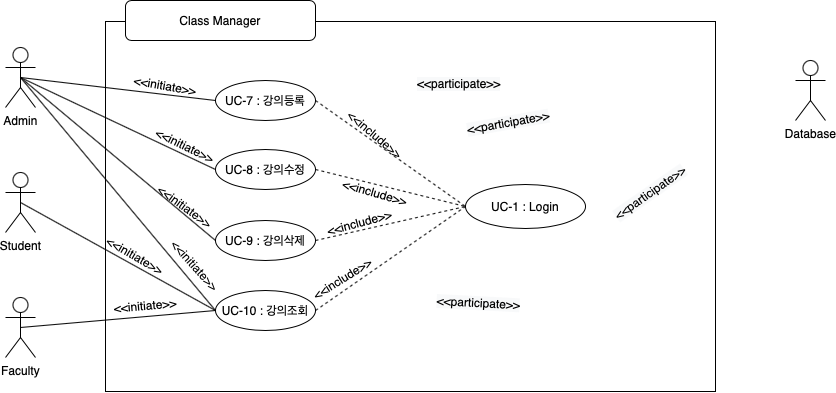
Earlier version of the draw.io export Use-Case/Use-Case Diagram/Class Manager.png (RYUWANWOO/Software_Engineering_Term_Project). Source tidied: cells renumbered, new cells last; positions are measured from the earlier drawing's top-left corner, leaving out a move shared by most shapes.
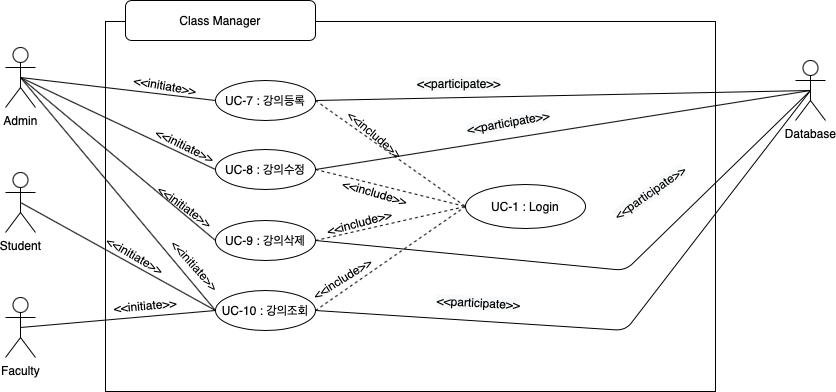
After the change.

Commit message:
edit Class Manager Diagram

What changed in the source:
```diff
@@ -2,116 +2,136 @@
   <root>
     <mxCell id="0" />
     <mxCell id="1" parent="0" />
-    <mxCell id="2" style="group;" parent="1" vertex="1">
-      <mxGeometry width="820" height="391" as="geometry" />
-    </mxCell>
+    <mxCell id="39" style="group;" parent="1" vertex="1">
+      <mxGeometry x="-360" y="-240" width="820" height="391" as="geometry" />
+    </mxCell>
-    <mxCell id="3" style="rounded=0;whiteSpace=wrap;html=1;fillColor=none;" parent="2" vertex="1">
+    <mxCell id="3" style="rounded=0;whiteSpace=wrap;html=1;fillColor=none;" parent="39" vertex="1">
       <mxGeometry x="100" y="21" width="610" height="370" as="geometry" />
     </mxCell>
-    <mxCell id="4" value="UC-7 : 강의등록" style="ellipse;whiteSpace=wrap;html=1;align=center;newEdgeStyle={&quot;edgeStyle&quot;:&quot;entityRelationEdgeStyle&quot;,&quot;startArrow&quot;:&quot;none&quot;,&quot;endArrow&quot;:&quot;none&quot;,&quot;segment&quot;:10,&quot;curved&quot;:1};" parent="2" vertex="1">
+    <mxCell id="4" value="UC-7 : 강의등록" style="ellipse;whiteSpace=wrap;html=1;align=center;newEdgeStyle={&quot;edgeStyle&quot;:&quot;entityRelationEdgeStyle&quot;,&quot;startArrow&quot;:&quot;none&quot;,&quot;endArrow&quot;:&quot;none&quot;,&quot;segment&quot;:10,&quot;curved&quot;:1};" parent="39" vertex="1">
       <mxGeometry x="210" y="80" width="100" height="40" as="geometry" />
     </mxCell>
-    <mxCell id="5" value="UC-8 : 강의수정" style="ellipse;whiteSpace=wrap;html=1;align=center;newEdgeStyle={&quot;edgeStyle&quot;:&quot;entityRelationEdgeStyle&quot;,&quot;startArrow&quot;:&quot;none&quot;,&quot;endArrow&quot;:&quot;none&quot;,&quot;segment&quot;:10,&quot;curved&quot;:1};" parent="2" vertex="1">
+    <mxCell id="5" value="UC-8 : 강의수정" style="ellipse;whiteSpace=wrap;html=1;align=center;newEdgeStyle={&quot;edgeStyle&quot;:&quot;entityRelationEdgeStyle&quot;,&quot;startArrow&quot;:&quot;none&quot;,&quot;endArrow&quot;:&quot;none&quot;,&quot;segment&quot;:10,&quot;curved&quot;:1};" parent="39" vertex="1">
       <mxGeometry x="210" y="149" width="100" height="40" as="geometry" />
     </mxCell>
-    <mxCell id="6" value="UC-9 : 강의삭제" style="ellipse;whiteSpace=wrap;html=1;align=center;newEdgeStyle={&quot;edgeStyle&quot;:&quot;entityRelationEdgeStyle&quot;,&quot;startArrow&quot;:&quot;none&quot;,&quot;endArrow&quot;:&quot;none&quot;,&quot;segment&quot;:10,&quot;curved&quot;:1};" parent="2" vertex="1">
+    <mxCell id="6" value="UC-9 : 강의삭제" style="ellipse;whiteSpace=wrap;html=1;align=center;newEdgeStyle={&quot;edgeStyle&quot;:&quot;entityRelationEdgeStyle&quot;,&quot;startArrow&quot;:&quot;none&quot;,&quot;endArrow&quot;:&quot;none&quot;,&quot;segment&quot;:10,&quot;curved&quot;:1};" parent="39" vertex="1">
       <mxGeometry x="210" y="220" width="100" height="40" as="geometry" />
     </mxCell>
-    <mxCell id="7" value="UC-10 : 강의조회" style="ellipse;whiteSpace=wrap;html=1;align=center;newEdgeStyle={&quot;edgeStyle&quot;:&quot;entityRelationEdgeStyle&quot;,&quot;startArrow&quot;:&quot;none&quot;,&quot;endArrow&quot;:&quot;none&quot;,&quot;segment&quot;:10,&quot;curved&quot;:1};" parent="2" vertex="1">
+    <mxCell id="7" value="UC-10 : 강의조회" style="ellipse;whiteSpace=wrap;html=1;align=center;newEdgeStyle={&quot;edgeStyle&quot;:&quot;entityRelationEdgeStyle&quot;,&quot;startArrow&quot;:&quot;none&quot;,&quot;endArrow&quot;:&quot;none&quot;,&quot;segment&quot;:10,&quot;curved&quot;:1};" parent="39" vertex="1">
       <mxGeometry x="210" y="290" width="100" height="40" as="geometry" />
     </mxCell>
-    <mxCell id="8" value="Faculty" style="shape=umlActor;verticalLabelPosition=bottom;verticalAlign=top;html=1;outlineConnect=0;" parent="2" vertex="1">
+    <mxCell id="8" value="Faculty" style="shape=umlActor;verticalLabelPosition=bottom;verticalAlign=top;html=1;outlineConnect=0;" parent="39" vertex="1">
       <mxGeometry y="297" width="30" height="60" as="geometry" />
     </mxCell>
-    <mxCell id="9" value="Admin&lt;br&gt;" style="shape=umlActor;verticalLabelPosition=bottom;verticalAlign=top;html=1;outlineConnect=0;" parent="2" vertex="1">
+    <mxCell id="9" value="Admin&lt;br&gt;" style="shape=umlActor;verticalLabelPosition=bottom;verticalAlign=top;html=1;outlineConnect=0;" parent="39" vertex="1">
       <mxGeometry y="47" width="30" height="60" as="geometry" />
     </mxCell>
-    <mxCell id="10" value="Student&lt;br&gt;" style="shape=umlActor;verticalLabelPosition=bottom;verticalAlign=top;html=1;outlineConnect=0;" parent="2" vertex="1">
+    <mxCell id="10" value="Student&lt;br&gt;" style="shape=umlActor;verticalLabelPosition=bottom;verticalAlign=top;html=1;outlineConnect=0;" parent="39" vertex="1">
       <mxGeometry y="172" width="30" height="60" as="geometry" />
     </mxCell>
-    <mxCell id="11" value="Database&lt;br&gt;" style="shape=umlActor;verticalLabelPosition=bottom;verticalAlign=top;html=1;outlineConnect=0;" parent="2" vertex="1">
+    <mxCell id="11" value="Database&lt;br&gt;" style="shape=umlActor;verticalLabelPosition=bottom;verticalAlign=top;html=1;outlineConnect=0;" parent="39" vertex="1">
       <mxGeometry x="790" y="60" width="30" height="60" as="geometry" />
     </mxCell>
-    <mxCell id="12" style="rounded=1;whiteSpace=wrap;html=1;gradientColor=none;" parent="2" vertex="1">
+    <mxCell id="12" style="rounded=1;whiteSpace=wrap;html=1;gradientColor=none;" parent="39" vertex="1">
       <mxGeometry x="120" width="190" height="40" as="geometry" />
     </mxCell>
-    <mxCell id="13" value="Class Manager" style="text;html=1;strokeColor=none;fillColor=none;align=center;verticalAlign=middle;whiteSpace=wrap;rounded=0;" parent="2" vertex="1">
+    <mxCell id="13" value="Class Manager" style="text;html=1;strokeColor=none;fillColor=none;align=center;verticalAlign=middle;whiteSpace=wrap;rounded=0;" parent="39" vertex="1">
       <mxGeometry x="135" y="10" width="160" height="20" as="geometry" />
     </mxCell>
-    <mxCell id="14" value="UC-1 : Login" style="ellipse;whiteSpace=wrap;html=1;align=center;newEdgeStyle={&quot;edgeStyle&quot;:&quot;entityRelationEdgeStyle&quot;,&quot;startArrow&quot;:&quot;none&quot;,&quot;endArrow&quot;:&quot;none&quot;,&quot;segment&quot;:10,&quot;curved&quot;:1};fillColor=none;" parent="2" vertex="1">
+    <mxCell id="14" value="UC-1 : Login" style="ellipse;whiteSpace=wrap;html=1;align=center;newEdgeStyle={&quot;edgeStyle&quot;:&quot;entityRelationEdgeStyle&quot;,&quot;startArrow&quot;:&quot;none&quot;,&quot;endArrow&quot;:&quot;none&quot;,&quot;segment&quot;:10,&quot;curved&quot;:1};fillColor=none;" parent="39" vertex="1">
       <mxGeometry x="460" y="184" width="120" height="44" as="geometry" />
     </mxCell>
-    <mxCell id="15" style="endArrow=none;html=1;exitX=0.5;exitY=0.5;exitDx=0;exitDy=0;exitPerimeter=0;entryX=0;entryY=0.5;entryDx=0;entryDy=0;" parent="2" edge="1" source="9" target="4">
+    <mxCell id="15" style="endArrow=none;html=1;exitX=0.5;exitY=0.5;exitDx=0;exitDy=0;exitPerimeter=0;entryX=0;entryY=0.5;entryDx=0;entryDy=0;" parent="39" edge="1" source="9" target="4">
       <mxGeometry relative="1" as="geometry" />
     </mxCell>
-    <mxCell id="16" style="endArrow=none;html=1;exitX=0.5;exitY=0.5;exitDx=0;exitDy=0;exitPerimeter=0;entryX=0;entryY=0.5;entryDx=0;entryDy=0;" parent="2" edge="1" source="9" target="5">
+    <mxCell id="16" style="endArrow=none;html=1;exitX=0.5;exitY=0.5;exitDx=0;exitDy=0;exitPerimeter=0;entryX=0;entryY=0.5;entryDx=0;entryDy=0;" parent="39" edge="1" source="9" target="5">
       <mxGeometry relative="1" as="geometry" />
     </mxCell>
-    <mxCell id="17" style="endArrow=none;html=1;exitX=0.5;exitY=0.5;exitDx=0;exitDy=0;exitPerimeter=0;entryX=0;entryY=0.5;entryDx=0;entryDy=0;" parent="2" edge="1" source="9" target="6">
+    <mxCell id="17" style="endArrow=none;html=1;exitX=0.5;exitY=0.5;exitDx=0;exitDy=0;exitPerimeter=0;entryX=0;entryY=0.5;entryDx=0;entryDy=0;" parent="39" edge="1" source="9" target="6">
       <mxGeometry relative="1" as="geometry" />
     </mxCell>
-    <mxCell id="18" style="endArrow=none;html=1;exitX=0.5;exitY=0.5;exitDx=0;exitDy=0;exitPerimeter=0;entryX=0;entryY=0.5;entryDx=0;entryDy=0;" parent="2" edge="1" source="9" target="7">
+    <mxCell id="18" style="endArrow=none;html=1;exitX=0.5;exitY=0.5;exitDx=0;exitDy=0;exitPerimeter=0;entryX=0;entryY=0.5;entryDx=0;entryDy=0;" parent="39" edge="1" source="9" target="7">
       <mxGeometry relative="1" as="geometry" />
     </mxCell>
-    <mxCell id="19" style="endArrow=none;html=1;exitX=0.5;exitY=0.5;exitDx=0;exitDy=0;exitPerimeter=0;entryX=0;entryY=0.5;entryDx=0;entryDy=0;" parent="2" edge="1" source="10" target="7">
+    <mxCell id="19" style="endArrow=none;html=1;exitX=0.5;exitY=0.5;exitDx=0;exitDy=0;exitPerimeter=0;entryX=0;entryY=0.5;entryDx=0;entryDy=0;" parent="39" edge="1" source="10" target="7">
       <mxGeometry relative="1" as="geometry" />
     </mxCell>
-    <mxCell id="20" style="endArrow=none;html=1;exitX=0.5;exitY=0.5;exitDx=0;exitDy=0;exitPerimeter=0;entryX=0;entryY=0.5;entryDx=0;entryDy=0;" parent="2" edge="1" source="8" target="7">
+    <mxCell id="20" style="endArrow=none;html=1;exitX=0.5;exitY=0.5;exitDx=0;exitDy=0;exitPerimeter=0;entryX=0;entryY=0.5;entryDx=0;entryDy=0;" parent="39" edge="1" source="8" target="7">
       <mxGeometry relative="1" as="geometry" />
     </mxCell>
-    <mxCell id="21" style="endArrow=none;dashed=1;html=1;exitX=1;exitY=0.5;exitDx=0;exitDy=0;entryX=0;entryY=0.5;entryDx=0;entryDy=0;" parent="2" edge="1" source="4" target="14">
+    <mxCell id="21" style="endArrow=none;dashed=1;html=1;exitX=1;exitY=0.5;exitDx=0;exitDy=0;entryX=0;entryY=0.5;entryDx=0;entryDy=0;" parent="39" edge="1" source="4" target="14">
       <mxGeometry relative="1" as="geometry" />
     </mxCell>
-    <mxCell id="22" style="endArrow=none;dashed=1;html=1;exitX=1;exitY=0.5;exitDx=0;exitDy=0;entryX=0;entryY=0.5;entryDx=0;entryDy=0;" parent="2" edge="1" source="5" target="14">
+    <mxCell id="22" style="endArrow=none;dashed=1;html=1;exitX=1;exitY=0.5;exitDx=0;exitDy=0;entryX=0;entryY=0.5;entryDx=0;entryDy=0;" parent="39" edge="1" source="5" target="14">
       <mxGeometry relative="1" as="geometry" />
     </mxCell>
-    <mxCell id="23" style="endArrow=none;dashed=1;html=1;exitX=1;exitY=0.5;exitDx=0;exitDy=0;entryX=0;entryY=0.5;entryDx=0;entryDy=0;" parent="2" edge="1" source="6" target="14">
+    <mxCell id="23" style="endArrow=none;dashed=1;html=1;exitX=1;exitY=0.5;exitDx=0;exitDy=0;entryX=0;entryY=0.5;entryDx=0;entryDy=0;" parent="39" edge="1" source="6" target="14">
       <mxGeometry relative="1" as="geometry" />
     </mxCell>
-    <mxCell id="24" style="endArrow=none;dashed=1;html=1;exitX=1;exitY=0.5;exitDx=0;exitDy=0;entryX=0;entryY=0.5;entryDx=0;entryDy=0;" parent="2" edge="1" source="7" target="14">
+    <mxCell id="24" style="endArrow=none;dashed=1;html=1;exitX=1;exitY=0.5;exitDx=0;exitDy=0;entryX=0;entryY=0.5;entryDx=0;entryDy=0;" parent="39" edge="1" source="7" target="14">
       <mxGeometry relative="1" as="geometry" />
     </mxCell>
-    <mxCell id="25" value="&amp;lt;&amp;lt;initiate&amp;gt;&amp;gt;" style="text;html=1;strokeColor=none;align=center;verticalAlign=middle;whiteSpace=wrap;rounded=0;rotation=26;" parent="2" vertex="1">
+    <mxCell id="25" value="&amp;lt;&amp;lt;initiate&amp;gt;&amp;gt;" style="text;html=1;strokeColor=none;align=center;verticalAlign=middle;whiteSpace=wrap;rounded=0;rotation=26;" parent="39" vertex="1">
       <mxGeometry x="80" y="130" width="200" height="30" as="geometry" />
     </mxCell>
-    <mxCell id="26" value="&amp;lt;&amp;lt;initiate&amp;gt;&amp;gt;" style="text;html=1;strokeColor=none;align=center;verticalAlign=middle;whiteSpace=wrap;rounded=0;rotation=10;" parent="2" vertex="1">
+    <mxCell id="26" value="&amp;lt;&amp;lt;initiate&amp;gt;&amp;gt;" style="text;html=1;strokeColor=none;align=center;verticalAlign=middle;whiteSpace=wrap;rounded=0;rotation=10;" parent="39" vertex="1">
       <mxGeometry x="60" y="70" width="200" height="30" as="geometry" />
     </mxCell>
-    <mxCell id="27" value="&amp;lt;&amp;lt;initiate&amp;gt;&amp;gt;" style="text;html=1;strokeColor=none;align=center;verticalAlign=middle;whiteSpace=wrap;rounded=0;rotation=36;" parent="2" vertex="1">
+    <mxCell id="27" value="&amp;lt;&amp;lt;initiate&amp;gt;&amp;gt;" style="text;html=1;strokeColor=none;align=center;verticalAlign=middle;whiteSpace=wrap;rounded=0;rotation=36;" parent="39" vertex="1">
       <mxGeometry x="80" y="191" width="200" height="30" as="geometry" />
     </mxCell>
-    <mxCell id="28" value="&amp;lt;&amp;lt;initiate&amp;gt;&amp;gt;" style="text;html=1;strokeColor=none;align=center;verticalAlign=middle;whiteSpace=wrap;rounded=0;rotation=48;" parent="2" vertex="1">
+    <mxCell id="28" value="&amp;lt;&amp;lt;initiate&amp;gt;&amp;gt;" style="text;html=1;strokeColor=none;align=center;verticalAlign=middle;whiteSpace=wrap;rounded=0;rotation=48;" parent="39" vertex="1">
       <mxGeometry x="90" y="250" width="200" height="30" as="geometry" />
     </mxCell>
-    <mxCell id="29" value="&amp;lt;&amp;lt;initiate&amp;gt;&amp;gt;" style="text;html=1;strokeColor=none;align=center;verticalAlign=middle;whiteSpace=wrap;rounded=0;rotation=30;" parent="2" vertex="1">
+    <mxCell id="29" value="&amp;lt;&amp;lt;initiate&amp;gt;&amp;gt;" style="text;html=1;strokeColor=none;align=center;verticalAlign=middle;whiteSpace=wrap;rounded=0;rotation=30;" parent="39" vertex="1">
       <mxGeometry x="30" y="240" width="200" height="30" as="geometry" />
     </mxCell>
-    <mxCell id="30" value="&amp;lt;&amp;lt;initiate&amp;gt;&amp;gt;" style="text;html=1;strokeColor=none;align=center;verticalAlign=middle;whiteSpace=wrap;rounded=0;rotation=-5;" parent="2" vertex="1">
+    <mxCell id="30" value="&amp;lt;&amp;lt;initiate&amp;gt;&amp;gt;" style="text;html=1;strokeColor=none;align=center;verticalAlign=middle;whiteSpace=wrap;rounded=0;rotation=-5;" parent="39" vertex="1">
       <mxGeometry x="40" y="290" width="200" height="30" as="geometry" />
     </mxCell>
-    <mxCell id="31" value="&amp;lt;&amp;lt;include&amp;gt;&amp;gt;" style="text;html=1;strokeColor=none;align=center;verticalAlign=middle;whiteSpace=wrap;rounded=0;rotation=40;" parent="2" vertex="1">
+    <mxCell id="31" value="&amp;lt;&amp;lt;include&amp;gt;&amp;gt;" style="text;html=1;strokeColor=none;align=center;verticalAlign=middle;whiteSpace=wrap;rounded=0;rotation=40;" parent="39" vertex="1">
       <mxGeometry x="270" y="119" width="200" height="30" as="geometry" />
     </mxCell>
-    <mxCell id="32" value="&amp;lt;&amp;lt;include&amp;gt;&amp;gt;" style="text;html=1;strokeColor=none;align=center;verticalAlign=middle;whiteSpace=wrap;rounded=0;rotation=16;" parent="2" vertex="1">
+    <mxCell id="32" value="&amp;lt;&amp;lt;include&amp;gt;&amp;gt;" style="text;html=1;strokeColor=none;align=center;verticalAlign=middle;whiteSpace=wrap;rounded=0;rotation=16;" parent="39" vertex="1">
       <mxGeometry x="270" y="176.5" width="200" height="30" as="geometry" />
     </mxCell>
-    <mxCell id="33" value="&amp;lt;&amp;lt;include&amp;gt;&amp;gt;" style="text;html=1;strokeColor=none;align=center;verticalAlign=middle;whiteSpace=wrap;rounded=0;rotation=-15;" parent="2" vertex="1">
+    <mxCell id="33" value="&amp;lt;&amp;lt;include&amp;gt;&amp;gt;" style="text;html=1;strokeColor=none;align=center;verticalAlign=middle;whiteSpace=wrap;rounded=0;rotation=-15;" parent="39" vertex="1">
       <mxGeometry x="254" y="206.5" width="200" height="30" as="geometry" />
     </mxCell>
-    <mxCell id="34" value="&amp;lt;&amp;lt;include&amp;gt;&amp;gt;" style="text;html=1;strokeColor=none;align=center;verticalAlign=middle;whiteSpace=wrap;rounded=0;rotation=328;" parent="2" vertex="1">
+    <mxCell id="34" value="&amp;lt;&amp;lt;include&amp;gt;&amp;gt;" style="text;html=1;strokeColor=none;align=center;verticalAlign=middle;whiteSpace=wrap;rounded=0;rotation=328;" parent="39" vertex="1">
       <mxGeometry x="237" y="263" width="200" height="30" as="geometry" />
     </mxCell>
-    <mxCell id="35" value="&lt;span style=&quot;color: rgb(0, 0, 0); font-family: helvetica; font-size: 12px; font-style: normal; font-weight: normal; letter-spacing: normal; text-align: center; text-indent: 0px; text-transform: none; word-spacing: 0px; background-color: rgb(248, 249, 250); text-decoration: none; display: inline; float: none;&quot;&gt;&amp;lt;&amp;lt;participate&amp;gt;&amp;gt;&lt;/span&gt;" style="text;whiteSpace=wrap;html=1;" parent="2" vertex="1">
+    <mxCell id="35" value="&lt;span style=&quot;color: rgb(0, 0, 0); font-family: helvetica; font-size: 12px; font-style: normal; font-weight: normal; letter-spacing: normal; text-align: center; text-indent: 0px; text-transform: none; word-spacing: 0px; background-color: rgb(248, 249, 250); text-decoration: none; display: inline; float: none;&quot;&gt;&amp;lt;&amp;lt;participate&amp;gt;&amp;gt;&lt;/span&gt;" style="text;whiteSpace=wrap;html=1;" parent="39" vertex="1">
       <mxGeometry x="410" y="70" width="110" height="30" as="geometry" />
     </mxCell>
-    <mxCell id="36" value="&lt;span style=&quot;color: rgb(0, 0, 0); font-family: helvetica; font-size: 12px; font-style: normal; font-weight: normal; letter-spacing: normal; text-align: center; text-indent: 0px; text-transform: none; word-spacing: 0px; background-color: rgb(248, 249, 250); text-decoration: none; display: inline; float: none;&quot;&gt;&amp;lt;&amp;lt;participate&amp;gt;&amp;gt;&lt;/span&gt;" style="text;whiteSpace=wrap;html=1;rotation=-10;" parent="2" vertex="1">
+    <mxCell id="36" value="&lt;span style=&quot;color: rgb(0, 0, 0); font-family: helvetica; font-size: 12px; font-style: normal; font-weight: normal; letter-spacing: normal; text-align: center; text-indent: 0px; text-transform: none; word-spacing: 0px; background-color: rgb(248, 249, 250); text-decoration: none; display: inline; float: none;&quot;&gt;&amp;lt;&amp;lt;participate&amp;gt;&amp;gt;&lt;/span&gt;" style="text;whiteSpace=wrap;html=1;rotation=-10;" parent="39" vertex="1">
       <mxGeometry x="460" y="107" width="110" height="30" as="geometry" />
     </mxCell>
-    <mxCell id="37" value="&lt;span style=&quot;color: rgb(0, 0, 0); font-family: helvetica; font-size: 12px; font-style: normal; font-weight: normal; letter-spacing: normal; text-align: center; text-indent: 0px; text-transform: none; word-spacing: 0px; background-color: rgb(248, 249, 250); text-decoration: none; display: inline; float: none;&quot;&gt;&amp;lt;&amp;lt;participate&amp;gt;&amp;gt;&lt;/span&gt;" style="text;whiteSpace=wrap;html=1;rotation=-35;" parent="2" vertex="1">
+    <mxCell id="37" value="&lt;span style=&quot;color: rgb(0, 0, 0); font-family: helvetica; font-size: 12px; font-style: normal; font-weight: normal; letter-spacing: normal; text-align: center; text-indent: 0px; text-transform: none; word-spacing: 0px; background-color: rgb(248, 249, 250); text-decoration: none; display: inline; float: none;&quot;&gt;&amp;lt;&amp;lt;participate&amp;gt;&amp;gt;&lt;/span&gt;" style="text;whiteSpace=wrap;html=1;rotation=-35;" parent="39" vertex="1">
       <mxGeometry x="600" y="172" width="110" height="30" as="geometry" />
     </mxCell>
-    <mxCell id="38" value="&lt;span style=&quot;color: rgb(0, 0, 0); font-family: helvetica; font-size: 12px; font-style: normal; font-weight: normal; letter-spacing: normal; text-align: center; text-indent: 0px; text-transform: none; word-spacing: 0px; background-color: rgb(248, 249, 250); text-decoration: none; display: inline; float: none;&quot;&gt;&amp;lt;&amp;lt;participate&amp;gt;&amp;gt;&lt;/span&gt;" style="text;whiteSpace=wrap;html=1;rotation=3;" parent="2" vertex="1">
+    <mxCell id="38" value="&lt;span style=&quot;color: rgb(0, 0, 0); font-family: helvetica; font-size: 12px; font-style: normal; font-weight: normal; letter-spacing: normal; text-align: center; text-indent: 0px; text-transform: none; word-spacing: 0px; background-color: rgb(248, 249, 250); text-decoration: none; display: inline; float: none;&quot;&gt;&amp;lt;&amp;lt;participate&amp;gt;&amp;gt;&lt;/span&gt;" style="text;whiteSpace=wrap;html=1;rotation=3;" parent="39" vertex="1">
       <mxGeometry x="430" y="290" width="110" height="30" as="geometry" />
     </mxCell>
+    <mxCell id="40" style="endArrow=none;html=1;entryX=0.5;entryY=0.5;entryDx=0;entryDy=0;entryPerimeter=0;exitX=1;exitY=0.5;exitDx=0;exitDy=0;" parent="1" edge="1" source="4" target="11">
+      <mxGeometry relative="1" as="geometry" />
+    </mxCell>
+    <mxCell id="41" style="endArrow=none;html=1;entryX=0.5;entryY=0.5;entryDx=0;entryDy=0;entryPerimeter=0;exitX=1;exitY=0.5;exitDx=0;exitDy=0;" parent="1" edge="1" source="5" target="11">
+      <mxGeometry relative="1" as="geometry" />
+    </mxCell>
+    <mxCell id="42" style="endArrow=none;html=1;entryX=0.5;entryY=0.5;entryDx=0;entryDy=0;entryPerimeter=0;exitX=1;exitY=0.5;exitDx=0;exitDy=0;" parent="1" edge="1" source="6" target="11">
+      <mxGeometry relative="1" as="geometry">
+        <Array as="points">
+          <mxPoint x="260" y="30" />
+        </Array>
+      </mxGeometry>
+    </mxCell>
+    <mxCell id="43" style="endArrow=none;html=1;entryX=0.5;entryY=0.5;entryDx=0;entryDy=0;entryPerimeter=0;exitX=1;exitY=0.5;exitDx=0;exitDy=0;" parent="1" edge="1" source="7" target="11">
+      <mxGeometry relative="1" as="geometry">
+        <Array as="points">
+          <mxPoint x="260" y="90" />
+        </Array>
+      </mxGeometry>
+    </mxCell>
   </root>
 </mxGraphModel>
```
